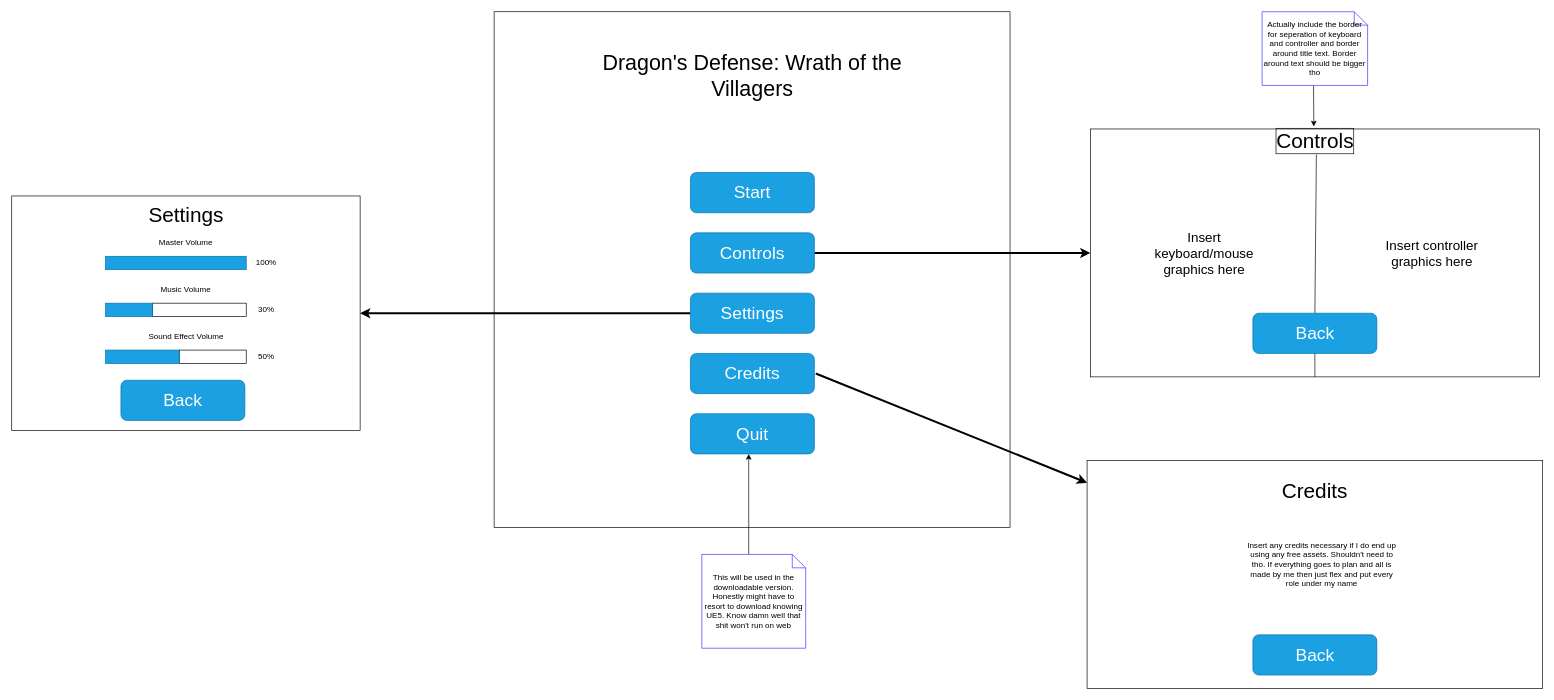
Earlier version of the draw.io diagram page "UI Looks" (1 of 2) of Design/MainMenuDesign.drawio (Edge321/DragonsDefense_v2). Source tidied: cells renumbered, new cells numbered last; positions are measured from the earlier drawing's top-left corner, leaving out a move shared by most shapes. Both pictures are drawn from the tidied source at 67%, with x=0, y=0 at pixel (11, 11).
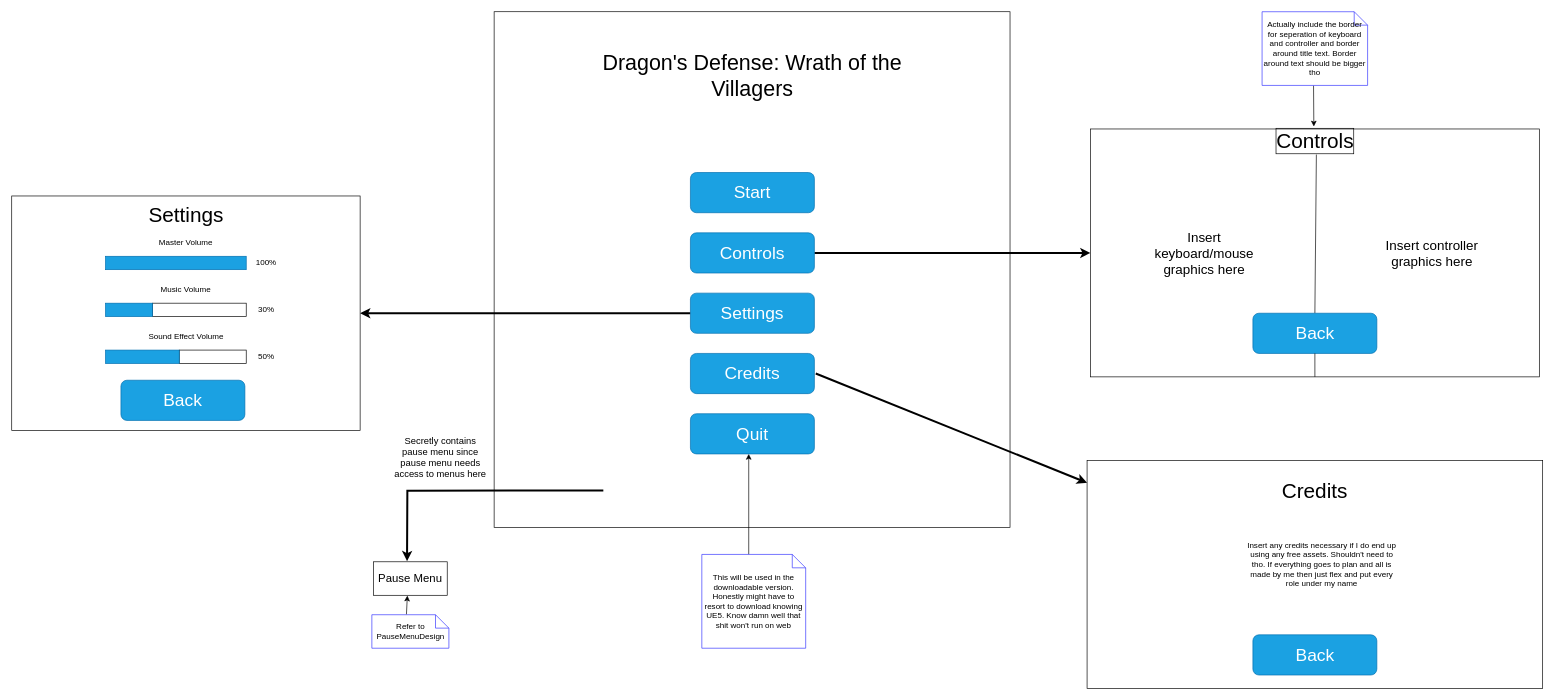
Above is the later version.

Change to the diagram source:
```diff
@@
+    <mxCell id="41" style="edgeStyle=orthogonalEdgeStyle;rounded=0;orthogonalLoop=1;jettySize=auto;html=1;strokeWidth=3;" parent="1" edge="1">
+      <mxGeometry relative="1" as="geometry">
+        <mxPoint x="883" y="714.5" as="sourcePoint" />
+        <mxPoint x="590" y="820" as="targetPoint" />
+      </mxGeometry>
+    </mxCell>
+    <mxCell id="42" value="&lt;font style=&quot;font-size: 17px;&quot;&gt;Pause Menu&lt;/font&gt;" style="html=1;whiteSpace=wrap;" parent="1" vertex="1">
+      <mxGeometry x="540" y="821" width="110" height="50" as="geometry" />
+    </mxCell>
+    <mxCell id="43" value="&lt;font style=&quot;font-size: 14px;&quot;&gt;Secretly contains pause menu since pause menu needs access to menus here&lt;/font&gt;" style="text;html=1;strokeColor=none;fillColor=none;align=center;verticalAlign=middle;whiteSpace=wrap;rounded=0;" parent="1" vertex="1">
+      <mxGeometry x="570" y="625" width="140" height="80" as="geometry" />
+    </mxCell>
+    <mxCell id="44" value="Refer to PauseMenuDesign" style="shape=note;size=20;whiteSpace=wrap;html=1;strokeColor=#3333FF;" parent="1" vertex="1">
+      <mxGeometry x="537.5" y="900" width="115" height="50" as="geometry" />
+    </mxCell>
+    <mxCell id="45" style="endArrow=classic;html=1;rounded=0;exitX=0.449;exitY=-0.015;exitDx=0;exitDy=0;exitPerimeter=0;entryX=0.459;entryY=1.009;entryDx=0;entryDy=0;entryPerimeter=0;" parent="1" edge="1" source="44" target="42">
+      <mxGeometry relative="1" as="geometry" />
+    </mxCell>
```
